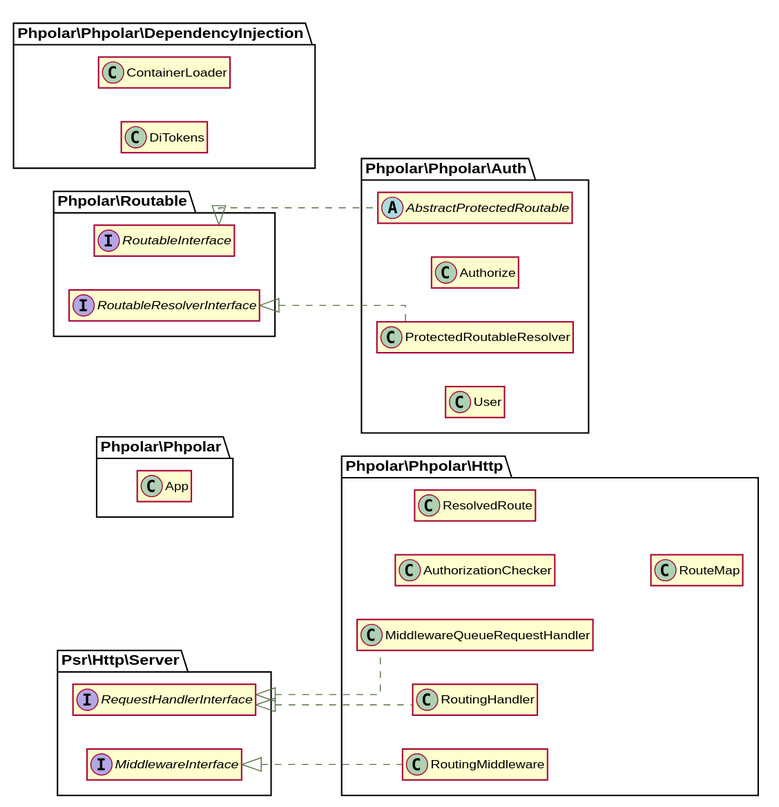
Before: docs/graphs/classes.svg, a diagram exported from PlantUML (phpolar/phpolar).
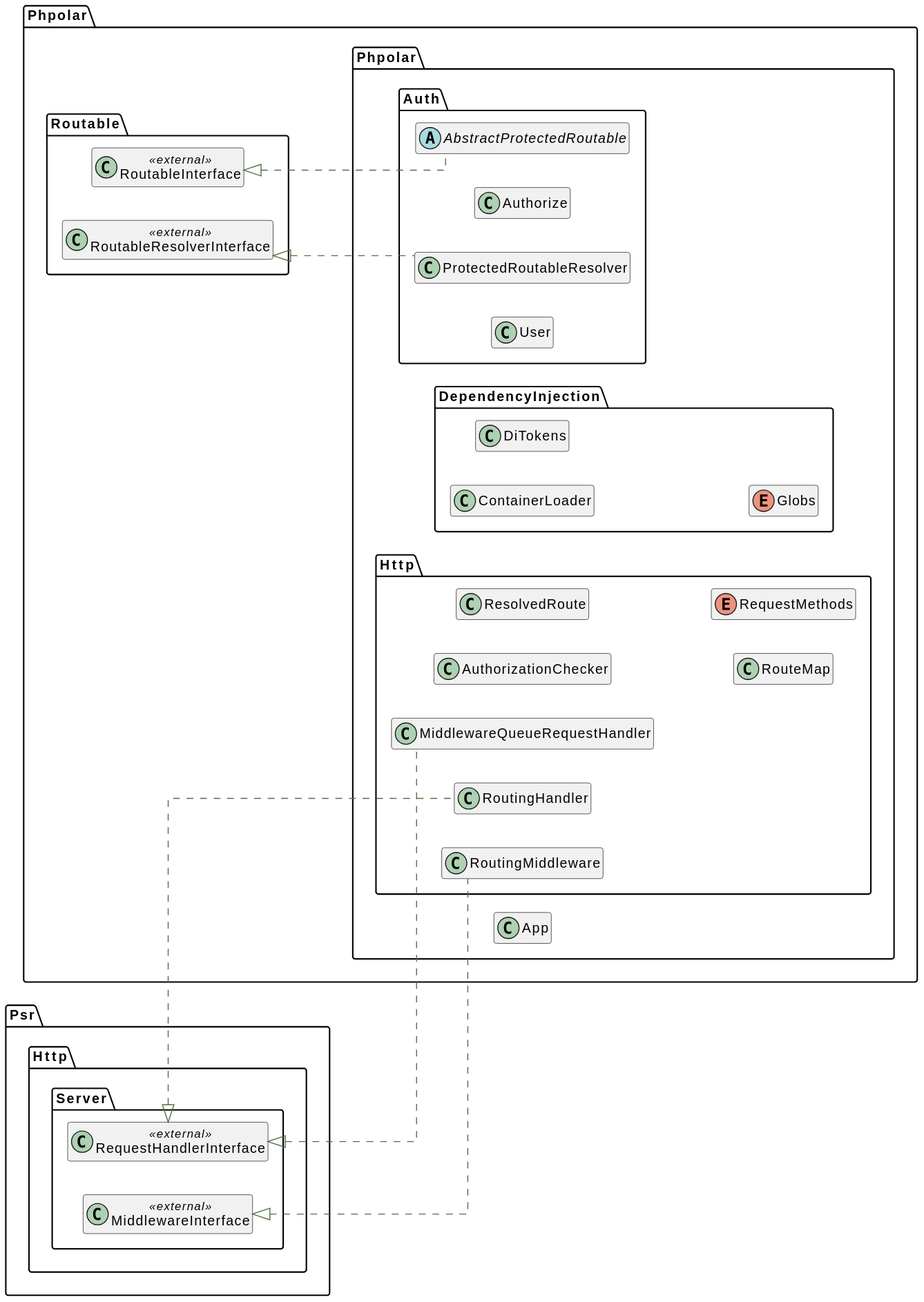
After the commit.

Diff of the diagram source:
```diff
@@ -12,44 +12,80 @@
 left to right direction
 set namespaceSeparator \\
 
-
-class \\Phpolar\\Phpolar\\App {
+namespace Phpolar\\Phpolar {
+     class "App" as App__class    {
+    }
 }
-
-abstract class \\Phpolar\\Phpolar\\Auth\\AbstractProtectedRoutable implements \\Phpolar\\Routable\\RoutableInterface {
+namespace Phpolar\\Routable {
+    class "RoutableInterface" as RoutableInterface__class << external >>{
+    }
 }
-
-class \\Phpolar\\Phpolar\\Auth\\Authorize {
+namespace Phpolar\\Phpolar\\Auth {
+    abstract  class "AbstractProtectedRoutable" as AbstractProtectedRoutable__class    implements \\Phpolar\\Routable\\RoutableInterface__class {
+    }
 }
-
-class \\Phpolar\\Phpolar\\Auth\\ProtectedRoutableResolver implements \\Phpolar\\Routable\\RoutableResolverInterface {
+namespace Phpolar\\Phpolar\\Auth {
+     class "Authorize" as Authorize__class    {
+    }
 }
-
-class \\Phpolar\\Phpolar\\Auth\\User {
+namespace Phpolar\\Routable {
+    class "RoutableResolverInterface" as RoutableResolverInterface__class << external >>{
+    }
 }
-
-class \\Phpolar\\Phpolar\\DependencyInjection\\ContainerLoader {
+namespace Phpolar\\Phpolar\\Auth {
+     class "ProtectedRoutableResolver" as ProtectedRoutableResolver__class    implements \\Phpolar\\Routable\\RoutableResolverInterface__class {
+    }
 }
-
-class \\Phpolar\\Phpolar\\DependencyInjection\\DiTokens {
+namespace Phpolar\\Phpolar\\Auth {
+     class "User" as User__class    {
+    }
 }
-
-class \\Phpolar\\Phpolar\\Http\\AuthorizationChecker {
+namespace Phpolar\\Phpolar\\DependencyInjection {
+     class "ContainerLoader" as ContainerLoader__class    {
+    }
 }
-
-class \\Phpolar\\Phpolar\\Http\\MiddlewareQueueRequestHandler implements \\Psr\\Http\\Server\\RequestHandlerInterface {
+namespace Phpolar\\Phpolar\\DependencyInjection {
+     class "DiTokens" as DiTokens__class    {
+    }
 }
-
-class \\Phpolar\\Phpolar\\Http\\ResolvedRoute {
+namespace Phpolar\\Phpolar\\DependencyInjection {
+    enum "Globs" as Globs__enum {
+    }
 }
-
-class \\Phpolar\\Phpolar\\Http\\RouteMap {
+namespace Phpolar\\Phpolar\\Http {
+     class "AuthorizationChecker" as AuthorizationChecker__class    {
+    }
 }
-
-class \\Phpolar\\Phpolar\\Http\\RoutingHandler implements \\Psr\\Http\\Server\\RequestHandlerInterface {
+namespace Psr\\Http\\Server {
+    class "RequestHandlerInterface" as RequestHandlerInterface__class << external >>{
+    }
 }
-
-class \\Phpolar\\Phpolar\\Http\\RoutingMiddleware implements \\Psr\\Http\\Server\\MiddlewareInterface {
+namespace Phpolar\\Phpolar\\Http {
+     class "MiddlewareQueueRequestHandler" as MiddlewareQueueRequestHandler__class    implements \\Psr\\Http\\Server\\RequestHandlerInterface__class {
+    }
 }
-
+namespace Phpolar\\Phpolar\\Http {
+     class "ResolvedRoute" as ResolvedRoute__class    {
+    }
+}
+namespace Phpolar\\Phpolar\\Http {
+     class "RouteMap" as RouteMap__class    {
+    }
+}
+namespace Phpolar\\Phpolar\\Http {
+     class "RoutingHandler" as RoutingHandler__class    implements \\Psr\\Http\\Server\\RequestHandlerInterface__class {
+    }
+}
+namespace Psr\\Http\\Server {
+    class "MiddlewareInterface" as MiddlewareInterface__class << external >>{
+    }
+}
+namespace Phpolar\\Phpolar\\Http {
+     class "RoutingMiddleware" as RoutingMiddleware__class    implements \\Psr\\Http\\Server\\MiddlewareInterface__class {
+    }
+}
+namespace Phpolar\\Phpolar\\Http {
+    enum "RequestMethods" as RequestMethods__enum {
+    }
+}
 @enduml
```
